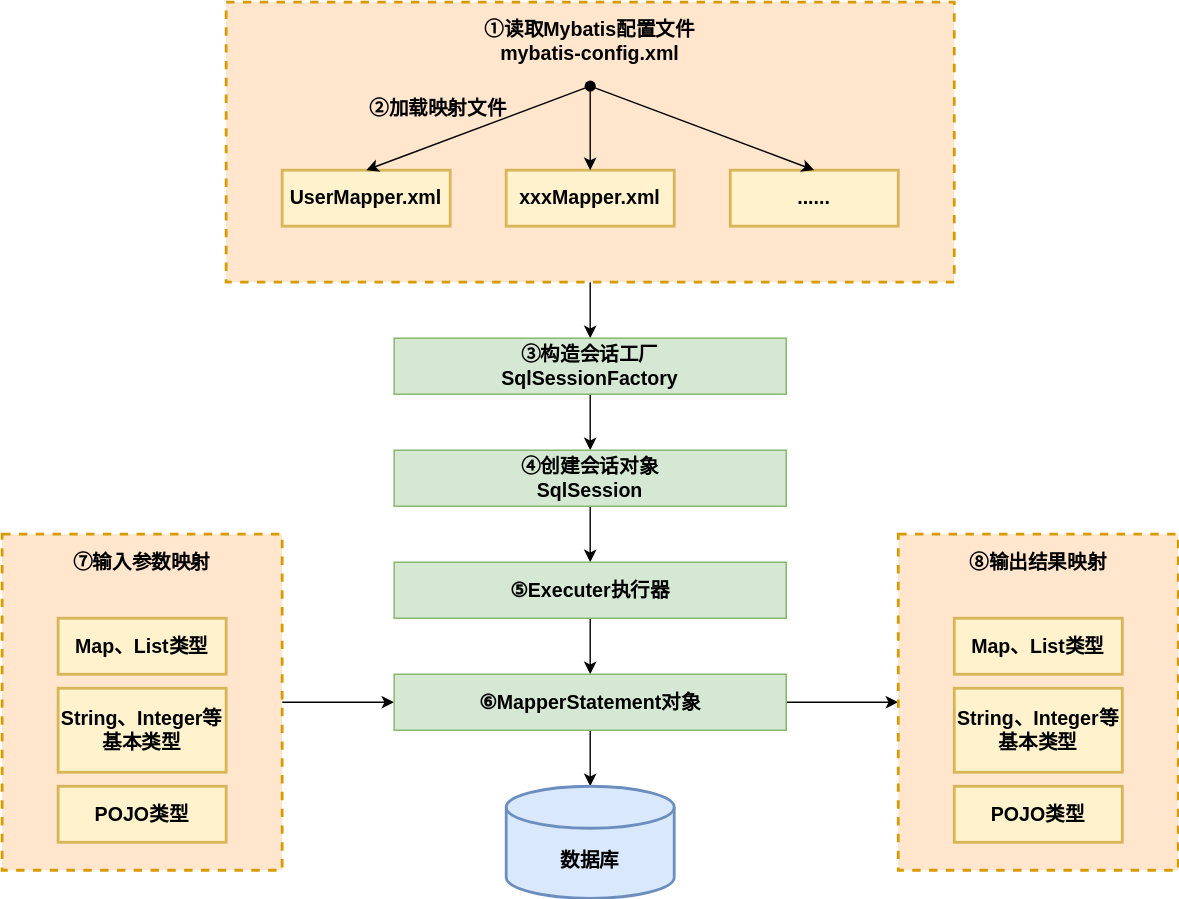
Earlier version of the draw.io export Java/Mybatis/Mybatis基础/Mybatis工作原理.drawio.svg (Developer-Tang/notes). Source tidied: cells renumbered, new cells last; positions are measured from the earlier drawing's top-left corner, leaving out a move shared by most shapes.
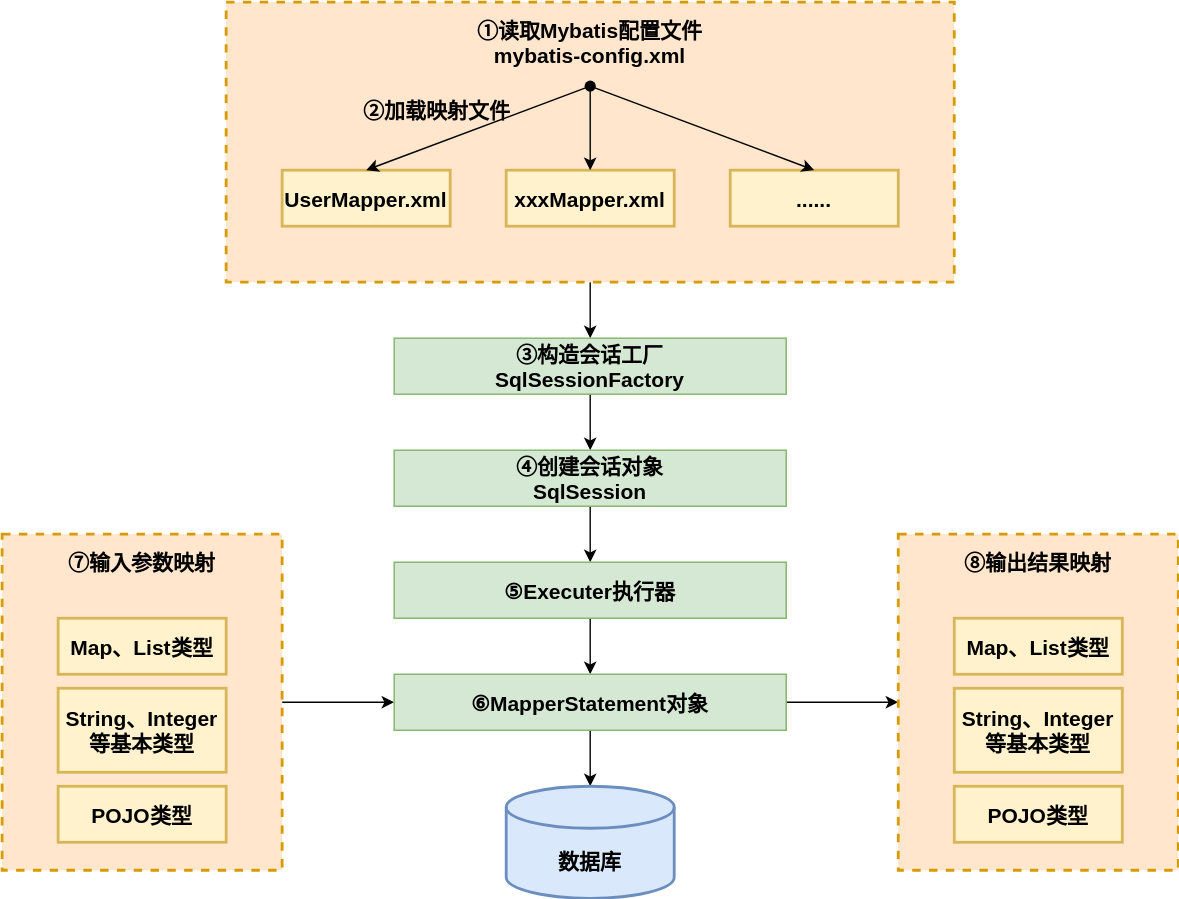
After the change.

Change to the diagram source:
```diff
@@ -2,93 +2,93 @@
   <root>
     <mxCell id="0" />
     <mxCell id="1" parent="0" />
-    <mxCell id="2" style="edgeStyle=none;rounded=0;jettySize=auto;html=1;fontSize=14;" parent="1" edge="1" source="3" target="15">
+    <mxCell id="2" style="edgeStyle=none;rounded=0;jettySize=auto;fontSize=15;labelBackgroundColor=none;" parent="1" edge="1" source="3" target="15">
       <mxGeometry relative="1" as="geometry" />
     </mxCell>
-    <mxCell id="3" value="①读取Mybatis配置文件&lt;br style=&quot;font-size: 14px;&quot;&gt;mybatis-config.xml" style="rounded=0;whiteSpace=wrap;html=1;fillColor=#ffe6cc;dashed=1;strokeWidth=2;fontSize=14;fontStyle=1;verticalAlign=top;spacingTop=5;strokeColor=#d79b00;" parent="1" vertex="1">
+    <mxCell id="3" value="①读取Mybatis配置文件&#10;mybatis-config.xml" style="rounded=0;fillColor=#ffe6cc;dashed=1;strokeWidth=2;fontSize=15;fontStyle=1;verticalAlign=top;spacingTop=5;strokeColor=#d79b00;labelBackgroundColor=none;" parent="1" vertex="1">
       <mxGeometry x="160" width="520" height="200" as="geometry" />
     </mxCell>
-    <mxCell id="4" style="edgeStyle=none;rounded=0;jettySize=auto;html=1;fontFamily=Helvetica;fontSize=14;fontColor=default;" parent="1" edge="1" source="5" target="22">
+    <mxCell id="4" style="edgeStyle=none;rounded=0;jettySize=auto;fontFamily=Helvetica;fontSize=15;fontColor=default;labelBackgroundColor=none;" parent="1" edge="1" source="5" target="22">
       <mxGeometry relative="1" as="geometry" />
     </mxCell>
-    <mxCell id="5" value="⑦输入参数映射" style="rounded=0;whiteSpace=wrap;html=1;fillColor=#ffe6cc;dashed=1;strokeWidth=2;fontSize=14;fontStyle=1;verticalAlign=top;spacingTop=5;strokeColor=#d79b00;" parent="1" vertex="1">
+    <mxCell id="5" value="⑦输入参数映射" style="rounded=0;fillColor=#ffe6cc;dashed=1;strokeWidth=2;fontSize=15;fontStyle=1;verticalAlign=top;spacingTop=5;strokeColor=#d79b00;labelBackgroundColor=none;" parent="1" vertex="1">
       <mxGeometry y="380" width="200" height="240" as="geometry" />
     </mxCell>
-    <mxCell id="6" value="UserMapper.xml" style="rounded=0;whiteSpace=wrap;html=1;strokeWidth=2;fontSize=14;fillColor=#fff2cc;fontStyle=1;strokeColor=#d6b656;" parent="1" vertex="1">
+    <mxCell id="6" value="UserMapper.xml" style="rounded=0;strokeWidth=2;fontSize=15;fillColor=#fff2cc;fontStyle=1;strokeColor=#d6b656;labelBackgroundColor=none;" parent="1" vertex="1">
       <mxGeometry x="200" y="120" width="120" height="40" as="geometry" />
     </mxCell>
-    <mxCell id="7" value="xxxMapper.xml" style="rounded=0;whiteSpace=wrap;html=1;strokeWidth=2;fontSize=14;fillColor=#fff2cc;fontStyle=1;strokeColor=#d6b656;" parent="1" vertex="1">
+    <mxCell id="7" value="xxxMapper.xml" style="rounded=0;strokeWidth=2;fontSize=15;fillColor=#fff2cc;fontStyle=1;strokeColor=#d6b656;labelBackgroundColor=none;" parent="1" vertex="1">
       <mxGeometry x="360" y="120" width="120" height="40" as="geometry" />
     </mxCell>
-    <mxCell id="8" value="......" style="rounded=0;whiteSpace=wrap;html=1;strokeWidth=2;fontSize=14;fillColor=#fff2cc;fontStyle=1;strokeColor=#d6b656;" parent="1" vertex="1">
+    <mxCell id="8" value="......" style="rounded=0;strokeWidth=2;fontSize=15;fillColor=#fff2cc;fontStyle=1;strokeColor=#d6b656;labelBackgroundColor=none;" parent="1" vertex="1">
       <mxGeometry x="520" y="120" width="120" height="40" as="geometry" />
     </mxCell>
-    <mxCell id="9" style="rounded=0;jettySize=auto;html=1;fontSize=14;entryX=0.5;entryY=0;entryDx=0;entryDy=0;fontStyle=1;" parent="1" edge="1" source="11" target="7">
+    <mxCell id="9" style="rounded=0;jettySize=auto;fontSize=15;entryX=0.5;entryY=0;entryDx=0;entryDy=0;fontStyle=1;labelBackgroundColor=none;" parent="1" edge="1" source="11" target="7">
       <mxGeometry relative="1" as="geometry" />
     </mxCell>
-    <mxCell id="10" value="②加载映射文件" style="edgeLabel;html=1;align=center;verticalAlign=middle;fontSize=14;labelBackgroundColor=none;fontStyle=1;" parent="9" vertex="1">
+    <mxCell id="10" value="②加载映射文件" style="edgeLabel;align=center;verticalAlign=middle;fontSize=15;labelBackgroundColor=none;fontStyle=1;" parent="9" vertex="1">
       <mxGeometry x="-0.39" relative="1" as="geometry">
         <mxPoint x="-110" y="-3" as="offset" />
       </mxGeometry>
     </mxCell>
-    <mxCell id="11" style="shape=waypoint;sketch=0;size=6;points=[];fillColor=none;perimeter=centerPerimeter;snapToPoint=1;strokeWidth=2;fontSize=14;fontStyle=1;" parent="1" vertex="1">
+    <mxCell id="11" style="shape=waypoint;sketch=0;size=6;points=[];fillColor=none;perimeter=centerPerimeter;snapToPoint=1;strokeWidth=2;fontSize=15;fontStyle=1;labelBackgroundColor=none;" parent="1" vertex="1">
       <mxGeometry x="400" y="40" width="40" height="40" as="geometry" />
     </mxCell>
-    <mxCell id="12" style="rounded=0;jettySize=auto;html=1;fontSize=14;entryX=0.5;entryY=0;entryDx=0;entryDy=0;exitX=0.475;exitY=0.45;exitDx=0;exitDy=0;exitPerimeter=0;fontStyle=1;" parent="1" edge="1" source="11" target="8">
+    <mxCell id="12" style="rounded=0;jettySize=auto;fontSize=15;entryX=0.5;entryY=0;entryDx=0;entryDy=0;exitX=0.475;exitY=0.45;exitDx=0;exitDy=0;exitPerimeter=0;fontStyle=1;labelBackgroundColor=none;" parent="1" edge="1" source="11" target="8">
       <mxGeometry relative="1" as="geometry" />
     </mxCell>
-    <mxCell id="13" style="rounded=0;jettySize=auto;html=1;fontSize=14;entryX=0.5;entryY=0;entryDx=0;entryDy=0;fontStyle=1;" parent="1" edge="1" source="11" target="6">
+    <mxCell id="13" style="rounded=0;jettySize=auto;fontSize=15;entryX=0.5;entryY=0;entryDx=0;entryDy=0;fontStyle=1;labelBackgroundColor=none;" parent="1" edge="1" source="11" target="6">
       <mxGeometry relative="1" as="geometry" />
     </mxCell>
-    <mxCell id="14" style="edgeStyle=none;rounded=0;jettySize=auto;html=1;fontFamily=Helvetica;fontSize=14;fontColor=default;" parent="1" edge="1" source="15" target="17">
+    <mxCell id="14" style="edgeStyle=none;rounded=0;jettySize=auto;fontFamily=Helvetica;fontSize=15;fontColor=default;labelBackgroundColor=none;" parent="1" edge="1" source="15" target="17">
       <mxGeometry relative="1" as="geometry" />
     </mxCell>
-    <mxCell id="15" value="③构造会话工厂&lt;br&gt;SqlSessionFactory" style="rounded=0;whiteSpace=wrap;html=1;strokeWidth=1;fontSize=14;fontStyle=1;verticalAlign=middle;spacingTop=0;fillColor=#d5e8d4;strokeColor=#82b366;" parent="1" vertex="1">
+    <mxCell id="15" value="③构造会话工厂&#10;SqlSessionFactory" style="rounded=0;strokeWidth=1;fontSize=15;fontStyle=1;verticalAlign=middle;spacingTop=0;fillColor=#d5e8d4;strokeColor=#82b366;labelBackgroundColor=none;" parent="1" vertex="1">
       <mxGeometry x="280" y="240" width="280" height="40" as="geometry" />
     </mxCell>
-    <mxCell id="16" style="edgeStyle=none;rounded=0;jettySize=auto;html=1;fontFamily=Helvetica;fontSize=14;fontColor=default;" parent="1" edge="1" source="17" target="19">
+    <mxCell id="16" style="edgeStyle=none;rounded=0;jettySize=auto;fontFamily=Helvetica;fontSize=15;fontColor=default;labelBackgroundColor=none;" parent="1" edge="1" source="17" target="19">
       <mxGeometry relative="1" as="geometry" />
     </mxCell>
-    <mxCell id="17" value="④创建会话对象&lt;br&gt;SqlSession" style="rounded=0;whiteSpace=wrap;html=1;strokeWidth=1;fontSize=14;fontStyle=1;verticalAlign=middle;spacingTop=0;fillColor=#d5e8d4;strokeColor=#82b366;" parent="1" vertex="1">
+    <mxCell id="17" value="④创建会话对象&#10;SqlSession" style="rounded=0;strokeWidth=1;fontSize=15;fontStyle=1;verticalAlign=middle;spacingTop=0;fillColor=#d5e8d4;strokeColor=#82b366;labelBackgroundColor=none;" parent="1" vertex="1">
       <mxGeometry x="280" y="320" width="280" height="40" as="geometry" />
     </mxCell>
-    <mxCell id="18" style="edgeStyle=none;rounded=0;jettySize=auto;html=1;fontFamily=Helvetica;fontSize=14;fontColor=default;" parent="1" edge="1" source="19" target="22">
+    <mxCell id="18" style="edgeStyle=none;rounded=0;jettySize=auto;fontFamily=Helvetica;fontSize=15;fontColor=default;labelBackgroundColor=none;" parent="1" edge="1" source="19" target="22">
       <mxGeometry relative="1" as="geometry" />
     </mxCell>
-    <mxCell id="19" value="⑤Executer执行器" style="rounded=0;whiteSpace=wrap;html=1;strokeWidth=1;fontSize=14;fontStyle=1;verticalAlign=middle;spacingTop=0;fillColor=#d5e8d4;strokeColor=#82b366;" parent="1" vertex="1">
+    <mxCell id="19" value="⑤Executer执行器" style="rounded=0;strokeWidth=1;fontSize=15;fontStyle=1;verticalAlign=middle;spacingTop=0;fillColor=#d5e8d4;strokeColor=#82b366;labelBackgroundColor=none;" parent="1" vertex="1">
       <mxGeometry x="280" y="400" width="280" height="40" as="geometry" />
     </mxCell>
-    <mxCell id="20" style="edgeStyle=none;rounded=0;jettySize=auto;html=1;fontFamily=Helvetica;fontSize=14;fontColor=default;" parent="1" edge="1" source="22" target="23">
+    <mxCell id="20" style="edgeStyle=none;rounded=0;jettySize=auto;fontFamily=Helvetica;fontSize=15;fontColor=default;labelBackgroundColor=none;" parent="1" edge="1" source="22" target="23">
       <mxGeometry relative="1" as="geometry" />
     </mxCell>
-    <mxCell id="21" style="edgeStyle=none;rounded=0;jettySize=auto;html=1;fontFamily=Helvetica;fontSize=14;fontColor=default;" parent="1" edge="1" source="22" target="24">
+    <mxCell id="21" style="edgeStyle=none;rounded=0;jettySize=auto;fontFamily=Helvetica;fontSize=15;fontColor=default;labelBackgroundColor=none;" parent="1" edge="1" source="22" target="24">
       <mxGeometry relative="1" as="geometry" />
     </mxCell>
-    <mxCell id="22" value="⑥MapperStatement对象" style="rounded=0;whiteSpace=wrap;html=1;strokeWidth=1;fontSize=14;fontStyle=1;verticalAlign=middle;spacingTop=0;fillColor=#d5e8d4;strokeColor=#82b366;" parent="1" vertex="1">
+    <mxCell id="22" value="⑥MapperStatement对象" style="rounded=0;strokeWidth=1;fontSize=15;fontStyle=1;verticalAlign=middle;spacingTop=0;fillColor=#d5e8d4;strokeColor=#82b366;labelBackgroundColor=none;" parent="1" vertex="1">
       <mxGeometry x="280" y="480" width="280" height="40" as="geometry" />
     </mxCell>
-    <mxCell id="23" value="数据库" style="shape=cylinder3;whiteSpace=wrap;html=1;boundedLbl=1;backgroundOutline=1;size=15;rounded=0;strokeColor=#6c8ebf;strokeWidth=2;fontFamily=Helvetica;fontSize=14;fillColor=#dae8fc;fontStyle=1;" parent="1" vertex="1">
+    <mxCell id="23" value="数据库" style="shape=cylinder3;boundedLbl=1;backgroundOutline=1;size=15;rounded=0;strokeColor=#6c8ebf;strokeWidth=2;fontFamily=Helvetica;fontSize=15;fillColor=#dae8fc;fontStyle=1;labelBackgroundColor=none;" parent="1" vertex="1">
       <mxGeometry x="360" y="560" width="120" height="80" as="geometry" />
     </mxCell>
-    <mxCell id="24" value="⑧输出结果映射" style="rounded=0;whiteSpace=wrap;html=1;fillColor=#ffe6cc;dashed=1;strokeWidth=2;fontSize=14;fontStyle=1;verticalAlign=top;spacingTop=5;strokeColor=#d79b00;" parent="1" vertex="1">
+    <mxCell id="24" value="⑧输出结果映射" style="rounded=0;fillColor=#ffe6cc;dashed=1;strokeWidth=2;fontSize=15;fontStyle=1;verticalAlign=top;spacingTop=5;strokeColor=#d79b00;labelBackgroundColor=none;" parent="1" vertex="1">
       <mxGeometry x="640" y="380" width="200" height="240" as="geometry" />
     </mxCell>
-    <mxCell id="25" value="Map、List类型" style="rounded=0;whiteSpace=wrap;html=1;strokeWidth=2;fontSize=14;fillColor=#fff2cc;fontStyle=1;strokeColor=#d6b656;" parent="1" vertex="1">
+    <mxCell id="25" value="Map、List类型" style="rounded=0;strokeWidth=2;fontSize=15;fillColor=#fff2cc;fontStyle=1;strokeColor=#d6b656;labelBackgroundColor=none;" parent="1" vertex="1">
       <mxGeometry x="40" y="440" width="120" height="40" as="geometry" />
     </mxCell>
-    <mxCell id="26" value="String、Integer等基本类型" style="rounded=0;whiteSpace=wrap;html=1;strokeWidth=2;fontSize=14;fillColor=#fff2cc;fontStyle=1;strokeColor=#d6b656;" parent="1" vertex="1">
+    <mxCell id="26" value="String、Integer&#10;等基本类型" style="rounded=0;strokeWidth=2;fontSize=15;fillColor=#fff2cc;fontStyle=1;strokeColor=#d6b656;labelBackgroundColor=none;" parent="1" vertex="1">
       <mxGeometry x="40" y="490" width="120" height="60" as="geometry" />
     </mxCell>
-    <mxCell id="27" value="POJO类型" style="rounded=0;whiteSpace=wrap;html=1;strokeWidth=2;fontSize=14;fillColor=#fff2cc;fontStyle=1;strokeColor=#d6b656;" parent="1" vertex="1">
+    <mxCell id="27" value="POJO类型" style="rounded=0;strokeWidth=2;fontSize=15;fillColor=#fff2cc;fontStyle=1;strokeColor=#d6b656;labelBackgroundColor=none;" parent="1" vertex="1">
       <mxGeometry x="40" y="560" width="120" height="40" as="geometry" />
     </mxCell>
-    <mxCell id="28" value="Map、List类型" style="rounded=0;whiteSpace=wrap;html=1;strokeWidth=2;fontSize=14;fillColor=#fff2cc;fontStyle=1;strokeColor=#d6b656;" parent="1" vertex="1">
+    <mxCell id="28" value="Map、List类型" style="rounded=0;strokeWidth=2;fontSize=15;fillColor=#fff2cc;fontStyle=1;strokeColor=#d6b656;labelBackgroundColor=none;" parent="1" vertex="1">
       <mxGeometry x="680" y="440" width="120" height="40" as="geometry" />
     </mxCell>
-    <mxCell id="29" value="String、Integer等基本类型" style="rounded=0;whiteSpace=wrap;html=1;strokeWidth=2;fontSize=14;fillColor=#fff2cc;fontStyle=1;strokeColor=#d6b656;" parent="1" vertex="1">
+    <mxCell id="29" value="String、Integer&#10;等基本类型" style="rounded=0;strokeWidth=2;fontSize=15;fillColor=#fff2cc;fontStyle=1;strokeColor=#d6b656;labelBackgroundColor=none;" parent="1" vertex="1">
       <mxGeometry x="680" y="490" width="120" height="60" as="geometry" />
     </mxCell>
-    <mxCell id="30" value="POJO类型" style="rounded=0;whiteSpace=wrap;html=1;strokeWidth=2;fontSize=14;fillColor=#fff2cc;fontStyle=1;strokeColor=#d6b656;" parent="1" vertex="1">
+    <mxCell id="30" value="POJO类型" style="rounded=0;strokeWidth=2;fontSize=15;fillColor=#fff2cc;fontStyle=1;strokeColor=#d6b656;labelBackgroundColor=none;" parent="1" vertex="1">
       <mxGeometry x="680" y="560" width="120" height="40" as="geometry" />
     </mxCell>
   </root>
```
